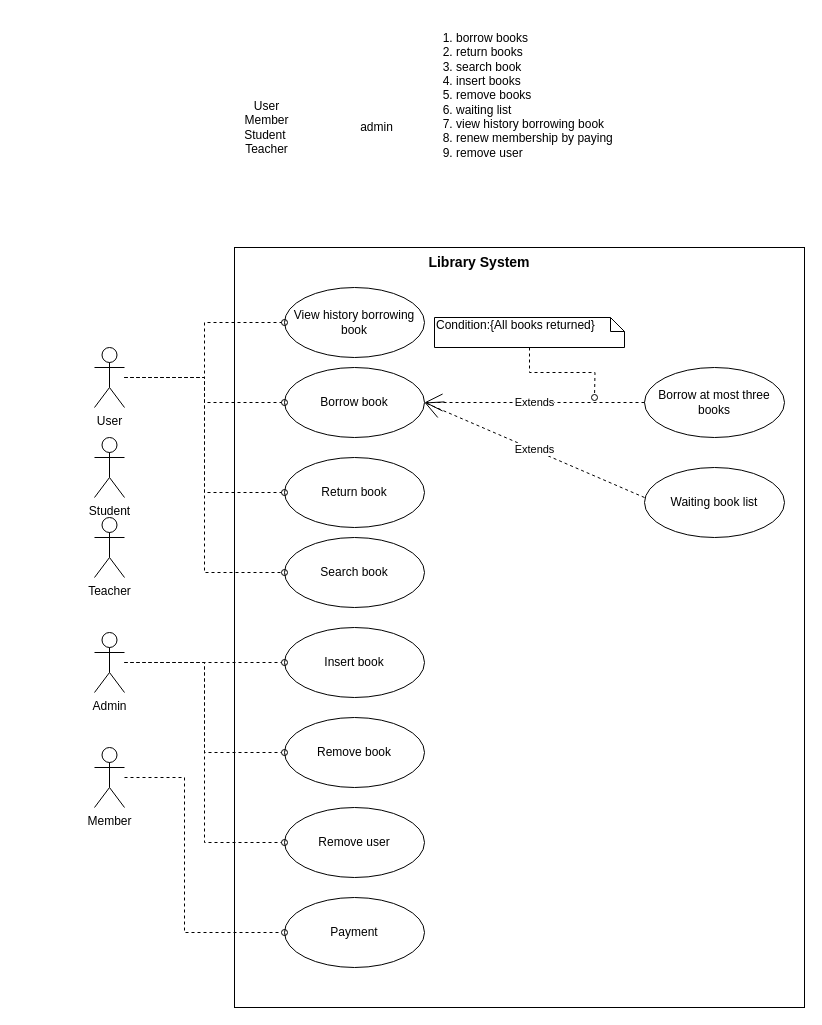
vichhika/OOAD_Y3 keeps this draw.io diagram as Homework_02/Homework_02_Group_1.drawio. Above is the earlier version. Source tidied: cells renumbered, new cells numbered last; positions are measured from the earlier drawing's top-left corner, leaving out a move shared by most shapes. Both pictures are drawn from the tidied source at 100%, with x=0, y=0 at pixel (94, 17).
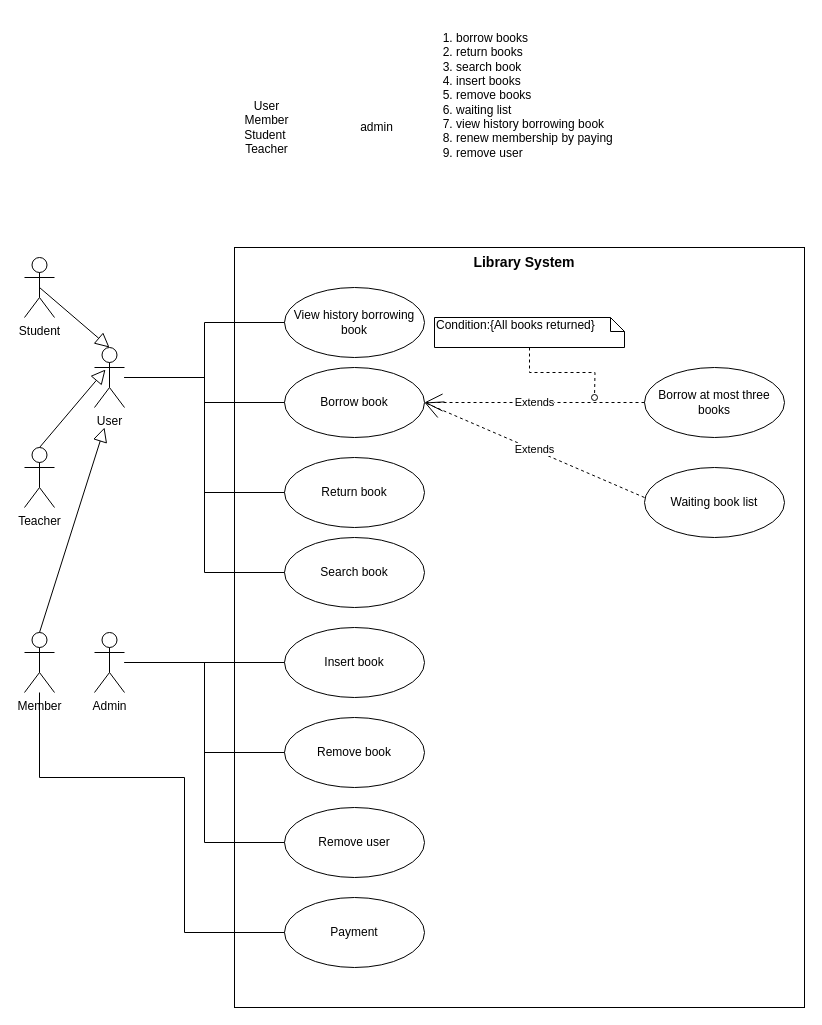
The same diagram, later.

Commit message (it also covers changes not shown here):
Please review and do your present man!

The change refers to these unchanged cells:
```xml
<mxCell id="3" value="Borrow book" style="ellipse;whiteSpace=wrap;html=1;" parent="1" vertex="1">
  <mxGeometry x="190" y="350" width="140" height="70" as="geometry" />
</mxCell>
<mxCell id="7" value="Return book" style="ellipse;whiteSpace=wrap;html=1;" parent="1" vertex="1">
  <mxGeometry x="190" y="440" width="140" height="70" as="geometry" />
</mxCell>
<mxCell id="9" value="Search book" style="ellipse;whiteSpace=wrap;html=1;" parent="1" vertex="1">
  <mxGeometry x="190" y="520" width="140" height="70" as="geometry" />
</mxCell>
<mxCell id="13" value="Insert book" style="ellipse;whiteSpace=wrap;html=1;" parent="1" vertex="1">
  <mxGeometry x="190" y="610" width="140" height="70" as="geometry" />
</mxCell>
<mxCell id="14" value="Remove book" style="ellipse;whiteSpace=wrap;html=1;" parent="1" vertex="1">
  <mxGeometry x="190" y="700" width="140" height="70" as="geometry" />
</mxCell>
<mxCell id="15" value="Remove user" style="ellipse;whiteSpace=wrap;html=1;" parent="1" vertex="1">
  <mxGeometry x="190" y="790" width="140" height="70" as="geometry" />
</mxCell>
<mxCell id="18" value="View history borrowing book" style="ellipse;whiteSpace=wrap;html=1;" parent="1" vertex="1">
  <mxGeometry x="190" y="270" width="140" height="70" as="geometry" />
</mxCell>
<mxCell id="19" value="Payment" style="ellipse;whiteSpace=wrap;html=1;" parent="1" vertex="1">
  <mxGeometry x="190" y="880" width="140" height="70" as="geometry" />
</mxCell>
<mxCell id="24" value="Admin" style="shape=umlActor;verticalLabelPosition=bottom;verticalAlign=top;html=1;" parent="1" vertex="1">
  <mxGeometry y="615" width="30" height="60" as="geometry" />
</mxCell>
<mxCell id="31" value="User" style="shape=umlActor;verticalLabelPosition=bottom;verticalAlign=top;html=1;" parent="1" vertex="1">
  <mxGeometry y="330" width="30" height="60" as="geometry" />
</mxCell>
```

Diff of the diagram source:
```diff
@@
     <mxCell id="20" value="&lt;font style=&quot;font-size: 14px&quot;&gt;&lt;b&gt;Library System&lt;/b&gt;&lt;/font&gt;" style="text;html=1;strokeColor=none;fillColor=none;align=center;verticalAlign=middle;whiteSpace=wrap;rounded=0;" parent="1" vertex="1">
-      <mxGeometry x="315" y="200" width="140" height="90" as="geometry" />
+      <mxGeometry x="360" y="200" width="140" height="90" as="geometry" />
     </mxCell>
-    <mxCell id="21" style="edgeStyle=orthogonalEdgeStyle;rounded=0;jettySize=auto;html=1;entryX=0;entryY=0.5;entryDx=0;entryDy=0;dashed=1;startArrow=none;startFill=0;endArrow=oval;endFill=0;" parent="1" edge="1" source="24" target="13">
+    <mxCell id="21" style="edgeStyle=orthogonalEdgeStyle;rounded=0;jettySize=auto;html=1;entryX=0;entryY=0.5;entryDx=0;entryDy=0;startArrow=none;startFill=0;endArrow=none;endFill=0;" parent="1" edge="1" source="24" target="13">
       <mxGeometry relative="1" as="geometry" />
     </mxCell>
-    <mxCell id="22" style="edgeStyle=orthogonalEdgeStyle;rounded=0;jettySize=auto;html=1;entryX=0;entryY=0.5;entryDx=0;entryDy=0;dashed=1;startArrow=none;startFill=0;endArrow=oval;endFill=0;" parent="1" edge="1" source="24" target="14">
+    <mxCell id="22" style="edgeStyle=orthogonalEdgeStyle;rounded=0;jettySize=auto;html=1;entryX=0;entryY=0.5;entryDx=0;entryDy=0;startArrow=none;startFill=0;endArrow=none;endFill=0;" parent="1" edge="1" source="24" target="14">
       <mxGeometry relative="1" as="geometry" />
     </mxCell>
-    <mxCell id="23" style="edgeStyle=orthogonalEdgeStyle;rounded=0;jettySize=auto;html=1;entryX=0;entryY=0.5;entryDx=0;entryDy=0;dashed=1;startArrow=none;startFill=0;endArrow=oval;endFill=0;" parent="1" edge="1" source="24" target="15">
+    <mxCell id="23" style="edgeStyle=orthogonalEdgeStyle;rounded=0;jettySize=auto;html=1;entryX=0;entryY=0.5;entryDx=0;entryDy=0;startArrow=none;startFill=0;endArrow=none;endFill=0;" parent="1" edge="1" source="24" target="15">
       <mxGeometry relative="1" as="geometry" />
     </mxCell>
@@
     <mxCell id="25" value="Teacher" style="shape=umlActor;verticalLabelPosition=bottom;verticalAlign=top;html=1;" parent="1" vertex="1">
-      <mxGeometry y="500" width="30" height="60" as="geometry" />
+      <mxGeometry x="-70" y="430" width="30" height="60" as="geometry" />
     </mxCell>
     <mxCell id="26" value="Student" style="shape=umlActor;verticalLabelPosition=bottom;verticalAlign=top;html=1;" parent="1" vertex="1">
-      <mxGeometry y="420" width="30" height="60" as="geometry" />
+      <mxGeometry x="-70" y="240" width="30" height="60" as="geometry" />
     </mxCell>
-    <mxCell id="27" style="edgeStyle=orthogonalEdgeStyle;rounded=0;jettySize=auto;html=1;entryX=0;entryY=0.5;entryDx=0;entryDy=0;dashed=1;startArrow=none;startFill=0;endArrow=oval;endFill=0;" parent="1" edge="1" source="31" target="18">
+    <mxCell id="27" style="edgeStyle=orthogonalEdgeStyle;rounded=0;jettySize=auto;html=1;entryX=0;entryY=0.5;entryDx=0;entryDy=0;startArrow=none;startFill=0;endArrow=none;endFill=0;" parent="1" edge="1" source="31" target="18">
       <mxGeometry relative="1" as="geometry" />
     </mxCell>
-    <mxCell id="28" style="edgeStyle=orthogonalEdgeStyle;rounded=0;jettySize=auto;html=1;entryX=0;entryY=0.5;entryDx=0;entryDy=0;dashed=1;startArrow=none;startFill=0;endArrow=oval;endFill=0;" parent="1" edge="1" source="31" target="3">
+    <mxCell id="28" style="edgeStyle=orthogonalEdgeStyle;rounded=0;jettySize=auto;html=1;entryX=0;entryY=0.5;entryDx=0;entryDy=0;startArrow=none;startFill=0;endArrow=none;endFill=0;" parent="1" edge="1" source="31" target="3">
       <mxGeometry relative="1" as="geometry" />
     </mxCell>
-    <mxCell id="29" style="edgeStyle=orthogonalEdgeStyle;rounded=0;jettySize=auto;html=1;entryX=0;entryY=0.5;entryDx=0;entryDy=0;dashed=1;startArrow=none;startFill=0;endArrow=oval;endFill=0;" parent="1" edge="1" source="31" target="7">
+    <mxCell id="29" style="edgeStyle=orthogonalEdgeStyle;rounded=0;jettySize=auto;html=1;entryX=0;entryY=0.5;entryDx=0;entryDy=0;startArrow=none;startFill=0;endArrow=none;endFill=0;" parent="1" edge="1" source="31" target="7">
       <mxGeometry relative="1" as="geometry" />
     </mxCell>
-    <mxCell id="30" style="edgeStyle=orthogonalEdgeStyle;rounded=0;jettySize=auto;html=1;entryX=0;entryY=0.5;entryDx=0;entryDy=0;dashed=1;startArrow=none;startFill=0;endArrow=oval;endFill=0;" parent="1" edge="1" source="31" target="9">
+    <mxCell id="30" style="edgeStyle=orthogonalEdgeStyle;rounded=0;jettySize=auto;html=1;entryX=0;entryY=0.5;entryDx=0;entryDy=0;startArrow=none;startFill=0;endArrow=none;endFill=0;" parent="1" edge="1" source="31" target="9">
       <mxGeometry relative="1" as="geometry" />
     </mxCell>
@@
-    <mxCell id="32" style="edgeStyle=orthogonalEdgeStyle;rounded=0;jettySize=auto;html=1;entryX=0;entryY=0.5;entryDx=0;entryDy=0;dashed=1;startArrow=none;startFill=0;endArrow=oval;endFill=0;" parent="1" edge="1" source="33" target="19">
+    <mxCell id="32" style="edgeStyle=orthogonalEdgeStyle;rounded=0;jettySize=auto;html=1;entryX=0;entryY=0.5;entryDx=0;entryDy=0;startArrow=none;startFill=0;endArrow=none;endFill=0;" parent="1" edge="1" source="33" target="19">
       <mxGeometry relative="1" as="geometry">
         <Array as="points">
           <mxPoint x="90" y="760" />
           <mxPoint x="90" y="915" />
         </Array>
       </mxGeometry>
     </mxCell>
     <mxCell id="33" value="Member" style="shape=umlActor;verticalLabelPosition=bottom;verticalAlign=top;html=1;" parent="1" vertex="1">
-      <mxGeometry y="730" width="30" height="60" as="geometry" />
+      <mxGeometry x="-70" y="615" width="30" height="60" as="geometry" />
     </mxCell>
+    <mxCell id="34" style="endArrow=block;endFill=0;endSize=12;html=1;exitX=0.5;exitY=0.5;exitDx=0;exitDy=0;exitPerimeter=0;entryX=0.5;entryY=0;entryDx=0;entryDy=0;entryPerimeter=0;" parent="1" edge="1" source="26" target="31">
+      <mxGeometry relative="1" as="geometry" />
+    </mxCell>
+    <mxCell id="35" style="endArrow=block;endFill=0;endSize=12;html=1;exitX=0.5;exitY=0;exitDx=0;exitDy=0;exitPerimeter=0;" parent="1" edge="1" source="33">
+      <mxGeometry relative="1" as="geometry">
+        <mxPoint x="10" y="410" as="targetPoint" />
+      </mxGeometry>
+    </mxCell>
+    <mxCell id="36" style="endArrow=block;endFill=0;endSize=12;html=1;exitX=0.5;exitY=0;exitDx=0;exitDy=0;exitPerimeter=0;entryX=0.367;entryY=0.367;entryDx=0;entryDy=0;entryPerimeter=0;" parent="1" edge="1" source="25" target="31">
+      <mxGeometry relative="1" as="geometry" />
+    </mxCell>
```
